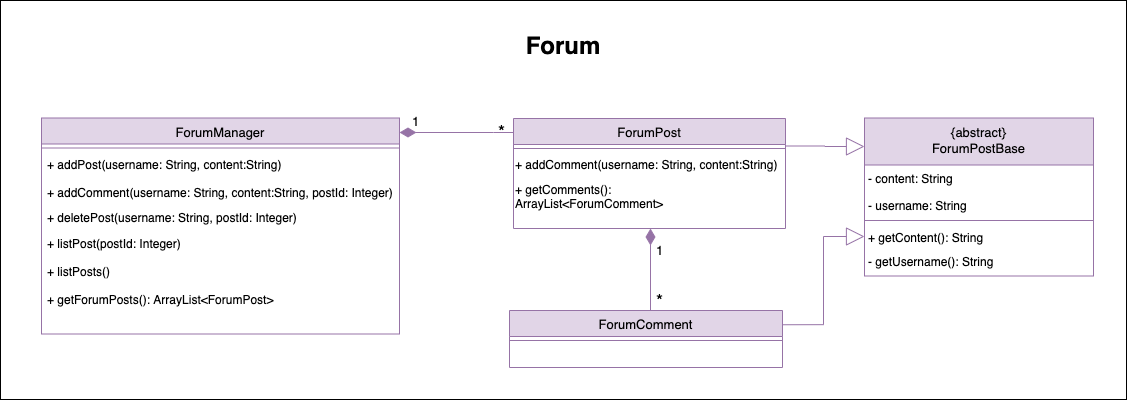
Above: docs/developerGuideDiagrams/forumComponent.png in theeugenechong/tp (draw.io), before the change. Source tidied: cells renumbered, new cells last; positions are measured from the earlier drawing's top-left corner, leaving out a move shared by most shapes.
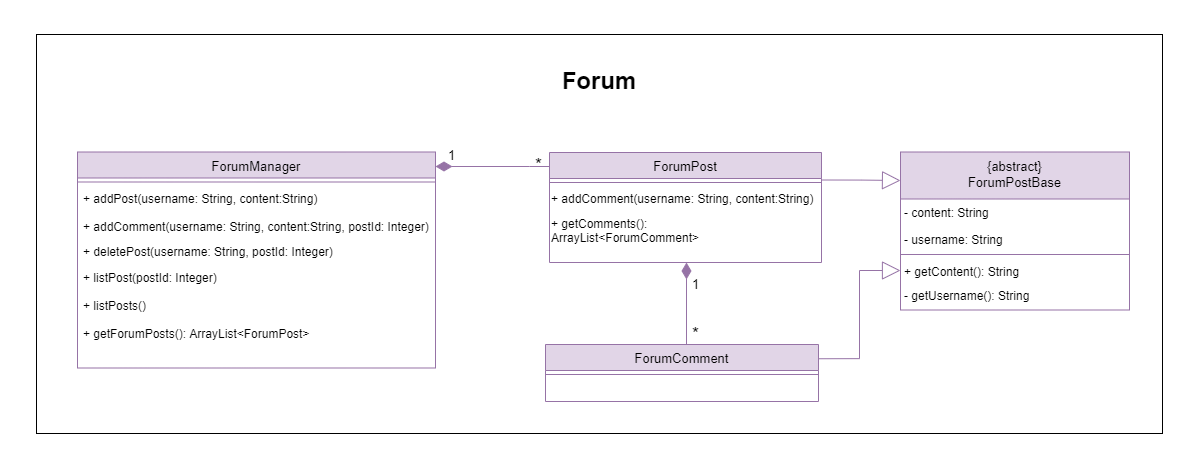
Above is the later version.

What changed in the source:
```diff
@@ -2,6 +2,9 @@
   <root>
     <mxCell id="0" />
     <mxCell id="1" parent="0" />
+    <mxCell id="33" style="rounded=0;whiteSpace=wrap;html=1;strokeColor=#FFFFFF;" parent="1" vertex="1">
+      <mxGeometry x="-36" y="-34" width="1203" height="468" as="geometry" />
+    </mxCell>
     <mxCell id="2" value="&lt;b&gt;&lt;span style=&quot;font-size: 24px&quot;&gt;Forum&lt;/span&gt;&lt;br&gt;&lt;br&gt;&lt;br&gt;&lt;br&gt;&lt;br&gt;&lt;br&gt;&lt;br&gt;&lt;br&gt;&lt;br&gt;&lt;br&gt;&lt;br&gt;&lt;br&gt;&lt;br&gt;&lt;br&gt;&lt;br&gt;&lt;br&gt;&lt;br&gt;&lt;br&gt;&lt;br&gt;&lt;br&gt;&lt;br&gt;&lt;br&gt;&lt;br&gt;&lt;/b&gt;" style="rounded=0;whiteSpace=wrap;html=1;" parent="1" vertex="1">
       <mxGeometry width="1126" height="399" as="geometry" />
     </mxCell>
```
